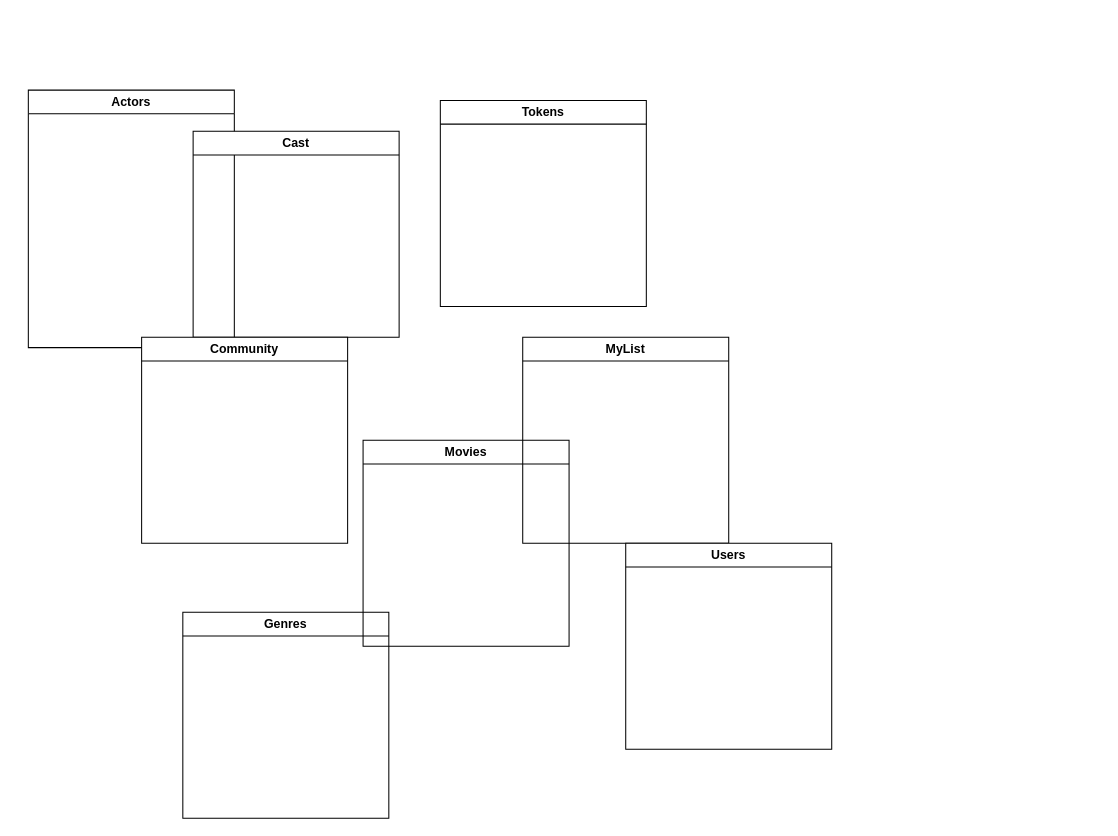
This is Class Diagram.drawio from randyisalive/MovieList-FinalProject, a draw.io file, before an edit. Source tidied: cells renumbered, new cells numbered last; positions are measured from the earlier drawing's top-left corner, leaving out a move shared by most shapes. Both pictures are drawn from the tidied source at 103%, with x=0, y=0 at pixel (28, 90).
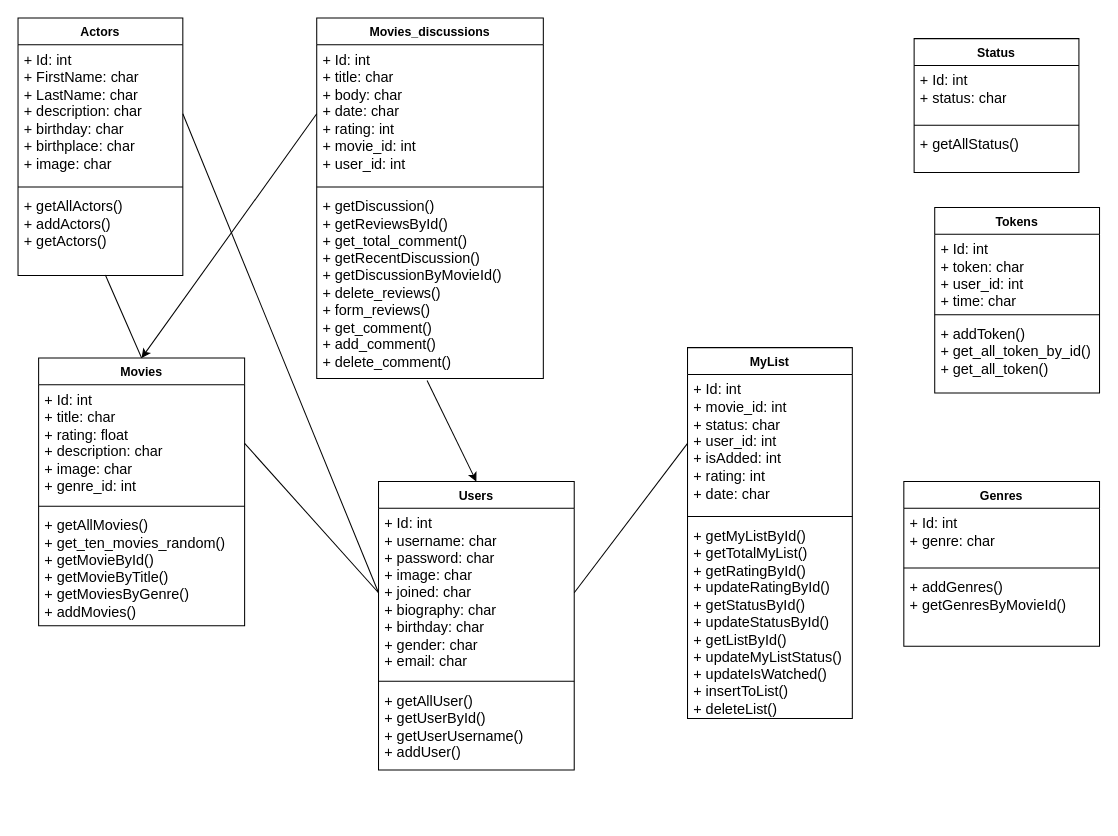
After the change.

Change to the diagram source:
```diff
@@
-    <mxCell id="2" value="Actors" style="swimlane;whiteSpace=wrap;html=1;startSize=23;" parent="1" vertex="1">
-      <mxGeometry width="200" height="250" as="geometry" />
+    <mxCell id="2" value="Actors" style="swimlane;fontStyle=1;align=center;verticalAlign=top;horizontal=1;startSize=26;whiteSpace=wrap;html=1;" parent="1" vertex="1">
+      <mxGeometry x="-10" y="-70" width="160" height="250" as="geometry" />
     </mxCell>
-    <mxCell id="3" value="Cast" style="swimlane;whiteSpace=wrap;html=1;" parent="1" vertex="1">
-      <mxGeometry x="160" y="40" width="200" height="200" as="geometry" />
-    </mxCell>
-    <mxCell id="4" value="Community" style="swimlane;whiteSpace=wrap;html=1;" parent="1" vertex="1">
-      <mxGeometry x="110" y="240" width="200" height="200" as="geometry" />
-    </mxCell>
+    <mxCell id="10" value="&lt;font style=&quot;font-size: 14px;&quot;&gt;+ Id: int&lt;br&gt;+ FirstName: char&lt;br&gt;+ LastName: char&lt;br&gt;+ description: char&lt;br&gt;+ birthday: char&lt;br&gt;+ birthplace: char&lt;br&gt;+ image: char&lt;/font&gt;" style="text;strokeColor=none;fillColor=none;align=left;verticalAlign=top;spacingLeft=4;spacingRight=4;overflow=hidden;points=[[0,0.5],[1,0.5]];portConstraint=eastwest;whiteSpace=wrap;html=1;" parent="2" vertex="1">
+      <mxGeometry y="26" width="160" height="134" as="geometry" />
+    </mxCell>
+    <mxCell id="11" style="line;strokeWidth=1;fillColor=none;align=left;verticalAlign=middle;spacingTop=-1;spacingLeft=3;spacingRight=3;labelPosition=right;strokeColor=inherit;" parent="2" vertex="1">
+      <mxGeometry y="160" width="160" height="8" as="geometry" />
+    </mxCell>
+    <mxCell id="12" value="&lt;font style=&quot;font-size: 14px;&quot;&gt;+ getAllActors()&lt;br&gt;+ addActors()&lt;br&gt;+ getActors()&lt;br&gt;&lt;/font&gt;" style="text;strokeColor=none;fillColor=none;align=left;verticalAlign=top;spacingLeft=4;spacingRight=4;overflow=hidden;points=[[0,0.5],[1,0.5]];portConstraint=eastwest;whiteSpace=wrap;html=1;" parent="2" vertex="1">
+      <mxGeometry y="168" width="160" height="82" as="geometry" />
+    </mxCell>
+    <mxCell id="13" value="Movies_discussions" style="swimlane;fontStyle=1;align=center;verticalAlign=top;horizontal=1;startSize=26;whiteSpace=wrap;html=1;" parent="1" vertex="1">
+      <mxGeometry x="280" y="-70" width="220" height="350" as="geometry" />
+    </mxCell>
+    <mxCell id="14" value="&lt;font style=&quot;font-size: 14px;&quot;&gt;+ Id: int&lt;br&gt;+ title: char&lt;br&gt;+ body: char&lt;br&gt;+ date: char&lt;br&gt;+ rating: int&lt;br&gt;+ movie_id: int&lt;br&gt;+ user_id: int&lt;br&gt;&lt;/font&gt;" style="text;strokeColor=none;fillColor=none;align=left;verticalAlign=top;spacingLeft=4;spacingRight=4;overflow=hidden;points=[[0,0.5],[1,0.5]];portConstraint=eastwest;whiteSpace=wrap;html=1;" parent="13" vertex="1">
+      <mxGeometry y="26" width="220" height="134" as="geometry" />
+    </mxCell>
+    <mxCell id="15" style="line;strokeWidth=1;fillColor=none;align=left;verticalAlign=middle;spacingTop=-1;spacingLeft=3;spacingRight=3;labelPosition=right;strokeColor=inherit;" parent="13" vertex="1">
+      <mxGeometry y="160" width="220" height="8" as="geometry" />
+    </mxCell>
+    <mxCell id="16" value="&lt;font style=&quot;font-size: 14px;&quot;&gt;+ getDiscussion()&lt;br&gt;+ getReviewsById()&lt;br&gt;+ get_total_comment()&lt;br&gt;+ getRecentDiscussion()&lt;br&gt;+ getDiscussionByMovieId()&lt;br&gt;+ delete_reviews()&lt;br&gt;+ form_reviews()&lt;br&gt;+ get_comment()&lt;br&gt;+ add_comment()&lt;br&gt;+ delete_comment()&lt;br&gt;&lt;/font&gt;" style="text;strokeColor=none;fillColor=none;align=left;verticalAlign=top;spacingLeft=4;spacingRight=4;overflow=hidden;points=[[0,0.5],[1,0.5]];portConstraint=eastwest;whiteSpace=wrap;html=1;" parent="13" vertex="1">
+      <mxGeometry y="168" width="220" height="182" as="geometry" />
+    </mxCell>
+    <mxCell id="6" value="Movies" style="swimlane;fontStyle=1;align=center;verticalAlign=top;horizontal=1;startSize=26;whiteSpace=wrap;html=1;" parent="1" vertex="1">
+      <mxGeometry x="10" y="260" width="200" height="260" as="geometry" />
+    </mxCell>
+    <mxCell id="17" value="&lt;font style=&quot;font-size: 14px;&quot;&gt;+ Id: int&lt;br&gt;+ title: char&lt;br&gt;+ rating: float&lt;br&gt;+ description: char&lt;br&gt;+ image: char&lt;br&gt;+ genre_id: int&lt;br&gt;&lt;/font&gt;" style="text;strokeColor=none;fillColor=none;align=left;verticalAlign=top;spacingLeft=4;spacingRight=4;overflow=hidden;points=[[0,0.5],[1,0.5]];portConstraint=eastwest;whiteSpace=wrap;html=1;" parent="6" vertex="1">
+      <mxGeometry y="26" width="200" height="114" as="geometry" />
+    </mxCell>
+    <mxCell id="18" style="line;strokeWidth=1;fillColor=none;align=left;verticalAlign=middle;spacingTop=-1;spacingLeft=3;spacingRight=3;labelPosition=right;strokeColor=inherit;" parent="6" vertex="1">
+      <mxGeometry y="140" width="200" height="8" as="geometry" />
+    </mxCell>
+    <mxCell id="19" value="&lt;font style=&quot;font-size: 14px;&quot;&gt;+ getAllMovies()&lt;br&gt;+ get_ten_movies_random()&lt;br&gt;+ getMovieById()&lt;br&gt;+ getMovieByTitle()&lt;br&gt;+ getMoviesByGenre()&lt;br&gt;+ addMovies()&lt;br&gt;&lt;/font&gt;" style="text;strokeColor=none;fillColor=none;align=left;verticalAlign=top;spacingLeft=4;spacingRight=4;overflow=hidden;whiteSpace=wrap;html=1;" parent="6" vertex="1">
+      <mxGeometry y="148" width="200" height="112" as="geometry" />
+    </mxCell>
+    <mxCell id="7" value="MyList" style="swimlane;fontStyle=1;align=center;verticalAlign=top;horizontal=1;startSize=26;whiteSpace=wrap;html=1;" parent="1" vertex="1">
+      <mxGeometry x="640" y="250" width="160" height="360" as="geometry" />
+    </mxCell>
+    <mxCell id="20" value="&lt;font style=&quot;font-size: 14px;&quot;&gt;+ Id: int&lt;br&gt;+ movie_id: int&lt;br&gt;+ status: char&lt;br&gt;+ user_id: int&lt;br&gt;+ isAdded: int&lt;br&gt;+ rating: int&lt;br&gt;+ date: char&lt;br&gt;&lt;/font&gt;" style="text;strokeColor=none;fillColor=none;align=left;verticalAlign=top;spacingLeft=4;spacingRight=4;overflow=hidden;points=[[0,0.5],[1,0.5]];portConstraint=eastwest;whiteSpace=wrap;html=1;" parent="7" vertex="1">
+      <mxGeometry y="26" width="160" height="134" as="geometry" />
+    </mxCell>
+    <mxCell id="21" style="line;strokeWidth=1;fillColor=none;align=left;verticalAlign=middle;spacingTop=-1;spacingLeft=3;spacingRight=3;labelPosition=right;strokeColor=inherit;" parent="7" vertex="1">
+      <mxGeometry y="160" width="160" height="8" as="geometry" />
+    </mxCell>
+    <mxCell id="22" value="&lt;font style=&quot;font-size: 14px;&quot;&gt;+ getMyListById()&lt;br&gt;+ getTotalMyList()&lt;br&gt;+ getRatingById()&lt;br&gt;+ updateRatingById()&lt;br&gt;+ getStatusById()&lt;br&gt;+ updateStatusById()&lt;br&gt;+ getListById()&lt;br&gt;+ updateMyListStatus()&lt;br&gt;+ updateIsWatched()&lt;br&gt;+ insertToList()&lt;br&gt;+ deleteList()&lt;br&gt;&lt;/font&gt;" style="text;strokeColor=none;fillColor=none;align=left;verticalAlign=top;spacingLeft=4;spacingRight=4;overflow=hidden;whiteSpace=wrap;html=1;" parent="7" vertex="1">
+      <mxGeometry y="168" width="160" height="192" as="geometry" />
+    </mxCell>
+    <mxCell id="23" value="Status" style="swimlane;fontStyle=1;align=center;verticalAlign=top;horizontal=1;startSize=26;whiteSpace=wrap;html=1;" parent="1" vertex="1">
+      <mxGeometry x="860" y="-50" width="160" height="130" as="geometry" />
+    </mxCell>
+    <mxCell id="24" value="&lt;font style=&quot;font-size: 14px;&quot;&gt;+ Id: int&lt;br&gt;+ status: char&lt;br&gt;&lt;/font&gt;" style="text;strokeColor=none;fillColor=none;align=left;verticalAlign=top;spacingLeft=4;spacingRight=4;overflow=hidden;whiteSpace=wrap;html=1;" parent="23" vertex="1">
+      <mxGeometry y="26" width="160" height="54" as="geometry" />
+    </mxCell>
+    <mxCell id="25" style="line;strokeWidth=1;fillColor=none;align=left;verticalAlign=middle;spacingTop=-1;spacingLeft=3;spacingRight=3;labelPosition=right;strokeColor=inherit;" parent="23" vertex="1">
+      <mxGeometry y="80" width="160" height="8" as="geometry" />
+    </mxCell>
+    <mxCell id="26" value="&lt;font style=&quot;font-size: 14px;&quot;&gt;+ getAllStatus()&lt;br&gt;&lt;/font&gt;" style="text;strokeColor=none;fillColor=none;align=left;verticalAlign=top;spacingLeft=4;spacingRight=4;overflow=hidden;whiteSpace=wrap;html=1;" parent="23" vertex="1">
+      <mxGeometry y="88" width="160" height="42" as="geometry" />
+    </mxCell>
+    <mxCell id="9" value="Tokens" style="swimlane;fontStyle=1;align=center;verticalAlign=top;horizontal=1;startSize=26;whiteSpace=wrap;html=1;" parent="1" vertex="1">
+      <mxGeometry x="880" y="114" width="160" height="180" as="geometry" />
+    </mxCell>
+    <mxCell id="27" value="&lt;font style=&quot;font-size: 14px;&quot;&gt;+ Id: int&lt;br&gt;+ token: char&lt;br&gt;+ user_id: int&lt;br&gt;+ time: char&lt;br&gt;&lt;/font&gt;" style="text;strokeColor=none;fillColor=none;align=left;verticalAlign=top;spacingLeft=4;spacingRight=4;overflow=hidden;whiteSpace=wrap;html=1;" parent="9" vertex="1">
+      <mxGeometry y="26" width="160" height="74" as="geometry" />
+    </mxCell>
+    <mxCell id="28" style="line;strokeWidth=1;fillColor=none;align=left;verticalAlign=middle;spacingTop=-1;spacingLeft=3;spacingRight=3;labelPosition=right;strokeColor=inherit;" parent="9" vertex="1">
+      <mxGeometry y="100" width="160" height="8" as="geometry" />
+    </mxCell>
+    <mxCell id="29" value="&lt;font style=&quot;font-size: 14px;&quot;&gt;+ addToken()&lt;br&gt;+ get_all_token_by_id()&lt;br&gt;+ get_all_token()&lt;br&gt;&lt;/font&gt;" style="text;strokeColor=none;fillColor=none;align=left;verticalAlign=top;spacingLeft=4;spacingRight=4;overflow=hidden;whiteSpace=wrap;html=1;" parent="9" vertex="1">
+      <mxGeometry y="108" width="160" height="72" as="geometry" />
+    </mxCell>
-    <mxCell id="5" value="Genres" style="swimlane;whiteSpace=wrap;html=1;" parent="1" vertex="1">
-      <mxGeometry x="150" y="507" width="200" height="200" as="geometry" />
+    <mxCell id="5" value="Genres" style="swimlane;fontStyle=1;align=center;verticalAlign=top;horizontal=1;startSize=26;whiteSpace=wrap;html=1;" parent="1" vertex="1">
+      <mxGeometry x="850" y="380" width="190" height="160" as="geometry" />
     </mxCell>
-    <mxCell id="6" value="Movies" style="swimlane;whiteSpace=wrap;html=1;" parent="1" vertex="1">
-      <mxGeometry x="325" y="340" width="200" height="200" as="geometry" />
-    </mxCell>
-    <mxCell id="7" value="MyList" style="swimlane;whiteSpace=wrap;html=1;" parent="1" vertex="1">
-      <mxGeometry x="480" y="240" width="200" height="200" as="geometry" />
-    </mxCell>
+    <mxCell id="30" value="&lt;font style=&quot;font-size: 14px;&quot;&gt;+ Id: int&lt;br&gt;+ genre: char&lt;br&gt;&lt;/font&gt;" style="text;strokeColor=none;fillColor=none;align=left;verticalAlign=top;spacingLeft=4;spacingRight=4;overflow=hidden;whiteSpace=wrap;html=1;" parent="5" vertex="1">
+      <mxGeometry y="26" width="190" height="54" as="geometry" />
+    </mxCell>
+    <mxCell id="31" style="line;strokeWidth=1;fillColor=none;align=left;verticalAlign=middle;spacingTop=-1;spacingLeft=3;spacingRight=3;labelPosition=right;strokeColor=inherit;" parent="5" vertex="1">
+      <mxGeometry y="80" width="190" height="8" as="geometry" />
+    </mxCell>
+    <mxCell id="32" value="&lt;font style=&quot;font-size: 14px;&quot;&gt;+ addGenres()&lt;br&gt;+ getGenresByMovieId()&lt;br&gt;&lt;/font&gt;" style="text;strokeColor=none;fillColor=none;align=left;verticalAlign=top;spacingLeft=4;spacingRight=4;overflow=hidden;whiteSpace=wrap;html=1;" parent="5" vertex="1">
+      <mxGeometry y="88" width="190" height="72" as="geometry" />
+    </mxCell>
-    <mxCell id="8" value="Users" style="swimlane;whiteSpace=wrap;html=1;" parent="1" vertex="1">
-      <mxGeometry x="580" y="440" width="200" height="200" as="geometry" />
+    <mxCell id="8" value="Users" style="swimlane;fontStyle=1;align=center;verticalAlign=top;horizontal=1;startSize=26;whiteSpace=wrap;html=1;" parent="1" vertex="1">
+      <mxGeometry x="340" y="380" width="190" height="280" as="geometry" />
     </mxCell>
-    <mxCell id="9" value="Tokens" style="swimlane;whiteSpace=wrap;html=1;" parent="1" vertex="1">
-      <mxGeometry x="400" y="10" width="200" height="200" as="geometry" />
-    </mxCell>
+    <mxCell id="33" value="&lt;font style=&quot;font-size: 14px;&quot;&gt;+ Id: int&lt;br&gt;+ username: char&lt;br&gt;+ password: char&lt;br&gt;+ image: char&lt;br&gt;+ joined: char&lt;br&gt;+ biography: char&lt;br&gt;+ birthday: char&lt;br&gt;+ gender: char&lt;br&gt;+ email: char&lt;br&gt;&lt;/font&gt;" style="text;strokeColor=none;fillColor=none;align=left;verticalAlign=top;spacingLeft=4;spacingRight=4;overflow=hidden;points=[[0,0.5],[1,0.5]];portConstraint=eastwest;whiteSpace=wrap;html=1;" parent="8" vertex="1">
+      <mxGeometry y="26" width="190" height="164" as="geometry" />
+    </mxCell>
+    <mxCell id="34" style="line;strokeWidth=1;fillColor=none;align=left;verticalAlign=middle;spacingTop=-1;spacingLeft=3;spacingRight=3;labelPosition=right;strokeColor=inherit;" parent="8" vertex="1">
+      <mxGeometry y="190" width="190" height="8" as="geometry" />
+    </mxCell>
+    <mxCell id="35" value="&lt;font style=&quot;font-size: 14px;&quot;&gt;+ getAllUser()&lt;br&gt;+ getUserById()&lt;br&gt;+ getUserUsername()&lt;br&gt;+ addUser()&lt;br&gt;&lt;/font&gt;" style="text;strokeColor=none;fillColor=none;align=left;verticalAlign=top;spacingLeft=4;spacingRight=4;overflow=hidden;whiteSpace=wrap;html=1;" parent="8" vertex="1">
+      <mxGeometry y="198" width="190" height="82" as="geometry" />
+    </mxCell>
+    <mxCell id="36" style="endArrow=none;html=1;rounded=0;entryX=0;entryY=0.5;entryDx=0;entryDy=0;exitX=1;exitY=0.5;exitDx=0;exitDy=0;" parent="1" edge="1" source="17" target="33">
+      <mxGeometry relative="1" as="geometry" />
+    </mxCell>
+    <mxCell id="37" style="endArrow=none;html=1;rounded=0;exitX=0.5;exitY=0;exitDx=0;exitDy=0;entryX=0.53;entryY=0.994;entryDx=0;entryDy=0;entryPerimeter=0;" parent="1" edge="1" source="6" target="12">
+      <mxGeometry relative="1" as="geometry" />
+    </mxCell>
+    <mxCell id="38" style="endArrow=none;html=1;rounded=0;entryX=1;entryY=0.5;entryDx=0;entryDy=0;exitX=0;exitY=0.5;exitDx=0;exitDy=0;" parent="1" edge="1" source="33" target="10">
+      <mxGeometry relative="1" as="geometry" />
+    </mxCell>
+    <mxCell id="39" style="endArrow=classic;html=1;rounded=0;entryX=0.5;entryY=0;entryDx=0;entryDy=0;exitX=0;exitY=0.5;exitDx=0;exitDy=0;" parent="1" edge="1" source="14" target="6">
+      <mxGeometry relative="1" as="geometry" />
+    </mxCell>
+    <mxCell id="40" style="endArrow=none;html=1;rounded=0;entryX=0;entryY=0.5;entryDx=0;entryDy=0;exitX=1;exitY=0.5;exitDx=0;exitDy=0;" parent="1" edge="1" source="33" target="20">
+      <mxGeometry relative="1" as="geometry" />
+    </mxCell>
+    <mxCell id="41" style="endArrow=classic;html=1;rounded=0;entryX=0.5;entryY=0;entryDx=0;entryDy=0;exitX=0.487;exitY=1.011;exitDx=0;exitDy=0;exitPerimeter=0;" parent="1" edge="1" source="16" target="8">
+      <mxGeometry relative="1" as="geometry" />
+    </mxCell>
```
